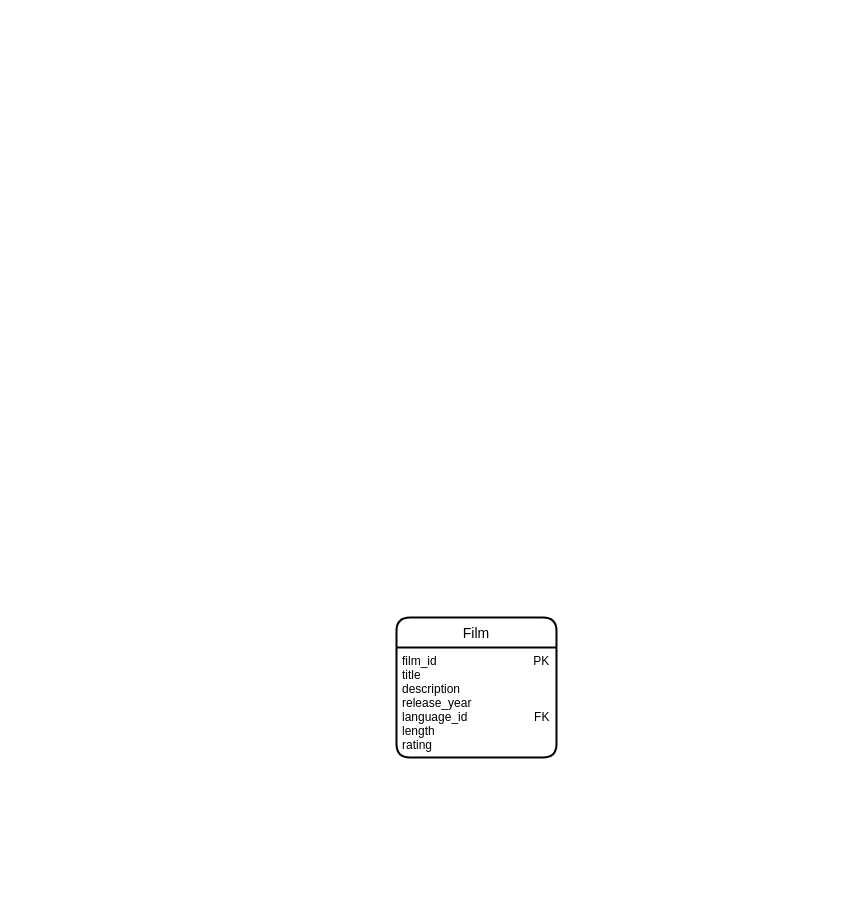
This is Untitled Diagram.drawio from adleranne/lab-intro-sql, a draw.io file, before an edit. Source tidied: cells renumbered, new cells numbered last; positions are measured from the earlier drawing's top-left corner, leaving out a move shared by most shapes. Both pictures are drawn from the tidied source at 100%, with x=0, y=0 at pixel (396, 617).
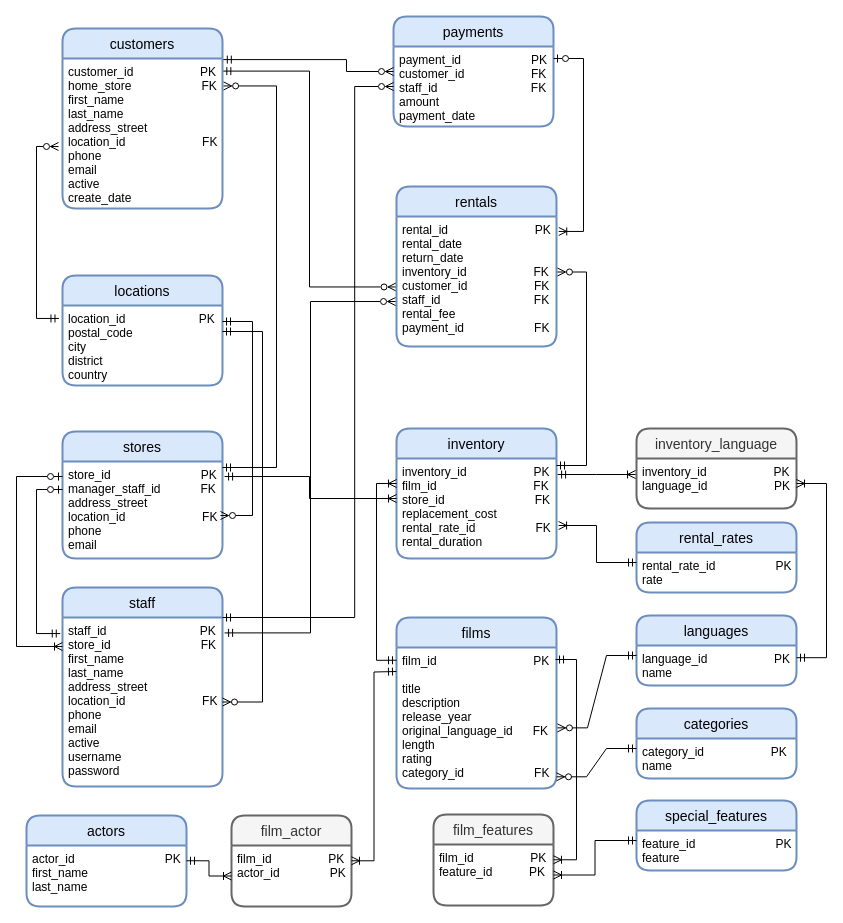
Above is the later version.

The edit, as a diff of the source:
```diff
@@
-    <mxCell id="2" value="Film" style="swimlane;horizontal=1;startSize=30;rounded=1;fontSize=14;fontStyle=0;strokeWidth=2;shadow=0;dashed=0;align=center;" parent="1" vertex="1">
-      <mxGeometry width="160" height="140" as="geometry" />
+    <mxCell id="2" value="films" style="swimlane;horizontal=1;startSize=30;rounded=1;fontSize=14;fontStyle=0;strokeWidth=2;shadow=0;dashed=0;align=center;fillColor=#dae8fc;strokeColor=#6c8ebf;" parent="1" vertex="1">
+      <mxGeometry width="160" height="171" as="geometry" />
     </mxCell>
-    <mxCell id="3" value="film_id                             PK&#10;title&#10;description&#10;release_year&#10;language_id                    FK&#10;length&#10;rating&#10;" style="align=left;strokeColor=none;fillColor=none;spacingLeft=4;fontSize=12;verticalAlign=top;" parent="2" vertex="1">
-      <mxGeometry y="30" width="160" height="110" as="geometry" />
+    <mxCell id="3" value="film_id                             PK&#10;&#10;title&#10;description&#10;release_year&#10;original_language_id      FK  &#10;length&#10;rating&#10;category_id                     FK" style="align=left;strokeColor=none;fillColor=none;spacingLeft=4;fontSize=12;verticalAlign=top;" parent="2" vertex="1">
+      <mxGeometry y="30" width="160" height="141" as="geometry" />
     </mxCell>
+    <mxCell id="4" value="languages" style="swimlane;horizontal=1;startSize=30;rounded=1;fontSize=14;fontStyle=0;strokeWidth=2;shadow=0;dashed=0;align=center;fillColor=#dae8fc;strokeColor=#6c8ebf;" parent="1" vertex="1">
+      <mxGeometry x="240" y="-2" width="160" height="70" as="geometry" />
+    </mxCell>
+    <mxCell id="5" value="language_id                    PK&#10;name&#10;" style="align=left;strokeColor=none;fillColor=none;spacingLeft=4;fontSize=12;verticalAlign=top;" parent="4" vertex="1">
+      <mxGeometry y="30" width="160" height="40" as="geometry" />
+    </mxCell>
+    <mxCell id="6" style="edgeStyle=entityRelationEdgeStyle;fontSize=12;html=1;endArrow=ERzeroToMany;startArrow=ERmandOne;rounded=0;exitX=0;exitY=0.25;exitDx=0;exitDy=0;entryX=1.006;entryY=0.57;entryDx=0;entryDy=0;entryPerimeter=0;" parent="1" edge="1" source="5" target="3">
+      <mxGeometry relative="1" as="geometry" />
+    </mxCell>
+    <mxCell id="7" value="inventory" style="swimlane;horizontal=1;startSize=30;rounded=1;fontSize=14;fontStyle=0;strokeWidth=2;shadow=0;dashed=0;align=center;fillColor=#dae8fc;strokeColor=#6c8ebf;" parent="1" vertex="1">
+      <mxGeometry y="-189" width="160" height="130" as="geometry" />
+    </mxCell>
+    <mxCell id="8" value="inventory_id                    PK&#10;film_id                             FK  &#10;store_id                           FK&#10;replacement_cost&#10;rental_rate_id                  FK &#10;rental_duration" style="align=left;strokeColor=none;fillColor=none;spacingLeft=4;fontSize=12;verticalAlign=top;" parent="7" vertex="1">
+      <mxGeometry y="30" width="160" height="100" as="geometry" />
+    </mxCell>
+    <mxCell id="9" style="edgeStyle=orthogonalEdgeStyle;fontSize=12;html=1;endArrow=ERoneToMany;startArrow=ERmandOne;rounded=0;entryX=0;entryY=0.25;entryDx=0;entryDy=0;exitX=0;exitY=0.25;exitDx=0;exitDy=0;" parent="1" edge="1" source="2" target="8">
+      <mxGeometry relative="1" as="geometry">
+        <Array as="points">
+          <mxPoint x="-20" y="43" />
+          <mxPoint x="-20" y="-134" />
+        </Array>
+      </mxGeometry>
+    </mxCell>
+    <mxCell id="10" value="inventory_language" style="swimlane;horizontal=1;startSize=30;rounded=1;fontSize=14;fontStyle=0;strokeWidth=2;shadow=0;dashed=0;align=center;fillColor=#f5f5f5;strokeColor=#666666;fontColor=#333333;" parent="1" vertex="1">
+      <mxGeometry x="240" y="-189" width="160" height="80" as="geometry" />
+    </mxCell>
+    <mxCell id="11" value="inventory_id                    PK&#10;language_id                    PK&#10;" style="align=left;strokeColor=none;fillColor=none;spacingLeft=4;fontSize=12;verticalAlign=top;" parent="10" vertex="1">
+      <mxGeometry y="30" width="160" height="50" as="geometry" />
+    </mxCell>
+    <mxCell id="12" style="edgeStyle=elbowEdgeStyle;fontSize=12;html=1;endArrow=ERoneToMany;startArrow=ERmandOne;rounded=0;exitX=1.013;exitY=0.13;exitDx=0;exitDy=0;exitPerimeter=0;elbow=vertical;" parent="1" edge="1">
+      <mxGeometry relative="1" as="geometry">
+        <mxPoint x="161.1" y="-143" as="sourcePoint" />
+        <mxPoint x="239" y="-143" as="targetPoint" />
+      </mxGeometry>
+    </mxCell>
+    <mxCell id="13" style="fontSize=12;html=1;endArrow=ERoneToMany;startArrow=ERmandOne;rounded=0;exitX=1.013;exitY=0.13;exitDx=0;exitDy=0;exitPerimeter=0;entryX=1;entryY=0.5;entryDx=0;entryDy=0;edgeStyle=orthogonalEdgeStyle;" parent="1" edge="1" target="11">
+      <mxGeometry relative="1" as="geometry">
+        <mxPoint x="400" y="40.2" as="sourcePoint" />
+        <Array as="points">
+          <mxPoint x="430" y="40" />
+          <mxPoint x="430" y="-134" />
+        </Array>
+      </mxGeometry>
+    </mxCell>
+    <mxCell id="14" value="categories" style="swimlane;horizontal=1;startSize=30;rounded=1;fontSize=14;fontStyle=0;strokeWidth=2;shadow=0;dashed=0;align=center;fillColor=#dae8fc;strokeColor=#6c8ebf;" parent="1" vertex="1">
+      <mxGeometry x="240" y="91" width="160" height="70" as="geometry" />
+    </mxCell>
+    <mxCell id="15" value="category_id                    PK&#10;name" style="align=left;strokeColor=none;fillColor=none;spacingLeft=4;fontSize=12;verticalAlign=top;" parent="14" vertex="1">
+      <mxGeometry y="30" width="160" height="40" as="geometry" />
+    </mxCell>
+    <mxCell id="16" style="edgeStyle=entityRelationEdgeStyle;fontSize=12;html=1;endArrow=ERzeroToMany;startArrow=ERmandOne;rounded=0;exitX=0;exitY=0.25;exitDx=0;exitDy=0;entryX=1;entryY=0.917;entryDx=0;entryDy=0;entryPerimeter=0;" parent="1" edge="1" source="15" target="3">
+      <mxGeometry relative="1" as="geometry" />
+    </mxCell>
+    <mxCell id="17" value="actors" style="swimlane;horizontal=1;startSize=30;rounded=1;fontSize=14;fontStyle=0;strokeWidth=2;shadow=0;dashed=0;align=center;fillColor=#dae8fc;strokeColor=#6c8ebf;" parent="1" vertex="1">
+      <mxGeometry x="-370" y="198" width="160" height="91" as="geometry" />
+    </mxCell>
+    <mxCell id="18" value="actor_id                           PK&#10;first_name&#10;last_name" style="align=left;strokeColor=none;fillColor=none;spacingLeft=4;fontSize=12;verticalAlign=top;" parent="17" vertex="1">
+      <mxGeometry y="30" width="160" height="61" as="geometry" />
+    </mxCell>
+    <mxCell id="19" value="film_actor" style="swimlane;horizontal=1;startSize=30;rounded=1;fontSize=14;fontStyle=0;strokeWidth=2;shadow=0;dashed=0;align=center;fillColor=#f5f5f5;strokeColor=#666666;fontColor=#333333;" parent="1" vertex="1">
+      <mxGeometry x="-165" y="198" width="120" height="91" as="geometry" />
+    </mxCell>
+    <mxCell id="20" value="film_id                 PK&#10;actor_id               PK" style="align=left;strokeColor=none;fillColor=none;spacingLeft=4;fontSize=12;verticalAlign=top;" parent="19" vertex="1">
+      <mxGeometry y="30" width="120" height="61" as="geometry" />
+    </mxCell>
+    <mxCell id="21" style="edgeStyle=orthogonalEdgeStyle;fontSize=12;html=1;endArrow=ERoneToMany;startArrow=ERmandOne;rounded=0;entryX=1;entryY=0.25;entryDx=0;entryDy=0;" parent="1" edge="1" target="20">
+      <mxGeometry relative="1" as="geometry">
+        <mxPoint y="54" as="sourcePoint" />
+      </mxGeometry>
+    </mxCell>
+    <mxCell id="22" style="edgeStyle=orthogonalEdgeStyle;fontSize=12;html=1;endArrow=ERoneToMany;startArrow=ERmandOne;rounded=0;entryX=0;entryY=0.5;entryDx=0;entryDy=0;exitX=1;exitY=0.25;exitDx=0;exitDy=0;" parent="1" edge="1" source="18" target="20">
+      <mxGeometry relative="1" as="geometry" />
+    </mxCell>
+    <mxCell id="23" value="special_features" style="swimlane;horizontal=1;startSize=30;rounded=1;fontSize=14;fontStyle=0;strokeWidth=2;shadow=0;dashed=0;align=center;fillColor=#dae8fc;strokeColor=#6c8ebf;" parent="1" vertex="1">
+      <mxGeometry x="240" y="183" width="160" height="70" as="geometry" />
+    </mxCell>
+    <mxCell id="24" value="feature_id                        PK&#10;feature" style="align=left;strokeColor=none;fillColor=none;spacingLeft=4;fontSize=12;verticalAlign=top;" parent="23" vertex="1">
+      <mxGeometry y="30" width="160" height="40" as="geometry" />
+    </mxCell>
+    <mxCell id="25" value="film_features" style="swimlane;horizontal=1;startSize=30;rounded=1;fontSize=14;fontStyle=0;strokeWidth=2;shadow=0;dashed=0;align=center;fillColor=#f5f5f5;strokeColor=#666666;fontColor=#333333;" parent="1" vertex="1">
+      <mxGeometry x="37" y="197" width="120" height="91" as="geometry" />
+    </mxCell>
+    <mxCell id="26" value="film_id                 PK&#10;feature_id           PK" style="align=left;strokeColor=none;fillColor=none;spacingLeft=4;fontSize=12;verticalAlign=top;" parent="25" vertex="1">
+      <mxGeometry y="30" width="120" height="61" as="geometry" />
+    </mxCell>
+    <mxCell id="27" style="edgeStyle=orthogonalEdgeStyle;fontSize=12;html=1;endArrow=ERoneToMany;startArrow=ERmandOne;rounded=0;entryX=1;entryY=0.5;entryDx=0;entryDy=0;exitX=0;exitY=0.25;exitDx=0;exitDy=0;" parent="1" edge="1" source="24" target="26">
+      <mxGeometry relative="1" as="geometry" />
+    </mxCell>
+    <mxCell id="28" style="edgeStyle=orthogonalEdgeStyle;fontSize=12;html=1;endArrow=ERoneToMany;startArrow=ERmandOne;rounded=0;entryX=1;entryY=0.25;entryDx=0;entryDy=0;exitX=0.994;exitY=0.085;exitDx=0;exitDy=0;exitPerimeter=0;" parent="1" edge="1" source="3" target="26">
+      <mxGeometry relative="1" as="geometry">
+        <Array as="points">
+          <mxPoint x="180" y="42" />
+          <mxPoint x="180" y="242" />
+        </Array>
+      </mxGeometry>
+    </mxCell>
+    <mxCell id="29" value="rental_rates" style="swimlane;horizontal=1;startSize=30;rounded=1;fontSize=14;fontStyle=0;strokeWidth=2;shadow=0;dashed=0;align=center;fillColor=#dae8fc;strokeColor=#6c8ebf;" parent="1" vertex="1">
+      <mxGeometry x="240" y="-95" width="160" height="70" as="geometry" />
+    </mxCell>
+    <mxCell id="30" value="rental_rate_id                  PK&#10;rate                    " style="align=left;strokeColor=none;fillColor=none;spacingLeft=4;fontSize=12;verticalAlign=top;" parent="29" vertex="1">
+      <mxGeometry y="30" width="160" height="40" as="geometry" />
+    </mxCell>
+    <mxCell id="31" style="edgeStyle=orthogonalEdgeStyle;fontSize=12;html=1;endArrow=ERoneToMany;startArrow=ERmandOne;rounded=0;exitX=0;exitY=0.25;exitDx=0;exitDy=0;entryX=1.013;entryY=0.67;entryDx=0;entryDy=0;entryPerimeter=0;" parent="1" edge="1" source="30" target="8">
+      <mxGeometry relative="1" as="geometry" />
+    </mxCell>
+    <mxCell id="32" value="stores" style="swimlane;horizontal=1;startSize=30;rounded=1;fontSize=14;fontStyle=0;strokeWidth=2;shadow=0;dashed=0;align=center;fillColor=#dae8fc;strokeColor=#6c8ebf;" parent="1" vertex="1">
+      <mxGeometry x="-334" y="-186" width="160" height="127" as="geometry" />
+    </mxCell>
+    <mxCell id="33" value="store_id                           PK&#10;manager_staff_id            FK&#10;address_street&#10;location_id                       FK&#10;phone&#10;email&#10;" style="align=left;strokeColor=none;fillColor=none;spacingLeft=4;fontSize=12;verticalAlign=top;" parent="32" vertex="1">
+      <mxGeometry y="30" width="160" height="97" as="geometry" />
+    </mxCell>
+    <mxCell id="34" style="edgeStyle=orthogonalEdgeStyle;fontSize=12;html=1;endArrow=ERoneToMany;startArrow=ERmandOne;rounded=0;entryX=0;entryY=0.4;entryDx=0;entryDy=0;entryPerimeter=0;exitX=1.013;exitY=0.155;exitDx=0;exitDy=0;exitPerimeter=0;" parent="1" edge="1" source="33" target="8">
+      <mxGeometry relative="1" as="geometry" />
+    </mxCell>
+    <mxCell id="35" value="locations" style="swimlane;horizontal=1;startSize=30;rounded=1;fontSize=14;fontStyle=0;strokeWidth=2;shadow=0;dashed=0;align=center;fillColor=#dae8fc;strokeColor=#6c8ebf;" parent="1" vertex="1">
+      <mxGeometry x="-334" y="-342" width="160" height="110" as="geometry" />
+    </mxCell>
+    <mxCell id="36" value="location_id                      PK&#10;postal_code&#10;city&#10;district&#10;country" style="align=left;strokeColor=none;fillColor=none;spacingLeft=4;fontSize=12;verticalAlign=top;" parent="35" vertex="1">
+      <mxGeometry y="30" width="160" height="80" as="geometry" />
+    </mxCell>
+    <mxCell id="37" style="edgeStyle=orthogonalEdgeStyle;fontSize=12;html=1;endArrow=ERzeroToMany;startArrow=ERmandOne;rounded=0;entryX=1.006;entryY=0.598;entryDx=0;entryDy=0;entryPerimeter=0;endFill=0;exitX=1;exitY=0.25;exitDx=0;exitDy=0;" parent="1" edge="1">
+      <mxGeometry relative="1" as="geometry">
+        <mxPoint x="-174" y="-296" as="sourcePoint" />
+        <mxPoint x="-176" y="-102" as="targetPoint" />
+        <Array as="points">
+          <mxPoint x="-144" y="-296" />
+          <mxPoint x="-144" y="-102" />
+        </Array>
+      </mxGeometry>
+    </mxCell>
+    <mxCell id="38" value="staff" style="swimlane;horizontal=1;startSize=30;rounded=1;fontSize=14;fontStyle=0;strokeWidth=2;shadow=0;dashed=0;align=center;fillColor=#dae8fc;strokeColor=#6c8ebf;" parent="1" vertex="1">
+      <mxGeometry x="-334" y="-30" width="160" height="199" as="geometry" />
+    </mxCell>
+    <mxCell id="39" value="staff_id                            PK&#10;store_id                           FK&#10;first_name&#10;last_name&#10;address_street&#10;location_id                       FK&#10;phone&#10;email&#10;active&#10;username&#10;password&#10;" style="align=left;strokeColor=none;fillColor=none;spacingLeft=4;fontSize=12;verticalAlign=top;" parent="38" vertex="1">
+      <mxGeometry y="30" width="160" height="169" as="geometry" />
+    </mxCell>
+    <mxCell id="40" style="edgeStyle=orthogonalEdgeStyle;fontSize=12;html=1;endArrow=ERzeroToMany;startArrow=ERmandOne;rounded=0;entryX=1;entryY=0.5;entryDx=0;entryDy=0;endFill=0;exitX=1;exitY=0.25;exitDx=0;exitDy=0;" parent="1" edge="1" target="39">
+      <mxGeometry relative="1" as="geometry">
+        <mxPoint x="-174" y="-286" as="sourcePoint" />
+        <Array as="points">
+          <mxPoint x="-134" y="-286" />
+          <mxPoint x="-134" y="84" />
+        </Array>
+      </mxGeometry>
+    </mxCell>
+    <mxCell id="41" style="edgeStyle=elbowEdgeStyle;fontSize=12;html=1;endArrow=ERzeroToOne;startArrow=ERoneToMany;rounded=0;entryX=0;entryY=0.25;entryDx=0;entryDy=0;startFill=0;endFill=0;" parent="1" edge="1">
+      <mxGeometry relative="1" as="geometry">
+        <mxPoint x="-334" y="29" as="sourcePoint" />
+        <mxPoint x="-334" y="-141" as="targetPoint" />
+        <Array as="points">
+          <mxPoint x="-380" y="-61" />
+        </Array>
+      </mxGeometry>
+    </mxCell>
+    <mxCell id="42" style="edgeStyle=elbowEdgeStyle;fontSize=12;html=1;endArrow=ERzeroToOne;startArrow=ERmandOne;rounded=0;entryX=0;entryY=0.25;entryDx=0;entryDy=0;startFill=0;endFill=0;exitX=-0.014;exitY=0.095;exitDx=0;exitDy=0;exitPerimeter=0;" parent="1" edge="1" source="39">
+      <mxGeometry relative="1" as="geometry">
+        <mxPoint x="-334" y="-128" as="targetPoint" />
+        <Array as="points">
+          <mxPoint x="-360" y="-51" />
+        </Array>
+      </mxGeometry>
+    </mxCell>
+    <mxCell id="43" style="edgeStyle=elbowEdgeStyle;rounded=0;jettySize=auto;html=1;startArrow=ERmandOne;startFill=0;endArrow=ERzeroToMany;endFill=0;entryX=-0.003;entryY=0.542;entryDx=0;entryDy=0;exitX=1.002;exitY=0.084;exitDx=0;exitDy=0;exitPerimeter=0;entryPerimeter=0;" parent="1" edge="1" source="45" target="49">
+      <mxGeometry relative="1" as="geometry" />
+    </mxCell>
+    <mxCell id="44" value="customers" style="swimlane;horizontal=1;startSize=30;rounded=1;fontSize=14;fontStyle=0;strokeWidth=2;shadow=0;dashed=0;align=center;fillColor=#dae8fc;strokeColor=#6c8ebf;" parent="1" vertex="1">
+      <mxGeometry x="-334" y="-589" width="160" height="180" as="geometry" />
+    </mxCell>
+    <mxCell id="45" value="customer_id                    PK&#10;home_store                     FK&#10;first_name&#10;last_name&#10;address_street&#10;location_id                       FK&#10;phone&#10;email&#10;active&#10;create_date" style="align=left;strokeColor=none;fillColor=none;spacingLeft=4;fontSize=12;verticalAlign=top;" parent="44" vertex="1">
+      <mxGeometry y="30" width="160" height="150" as="geometry" />
+    </mxCell>
+    <mxCell id="46" style="fontSize=12;html=1;endArrow=ERzeroToMany;startArrow=ERmandOne;rounded=0;endFill=0;exitX=-0.022;exitY=0.162;exitDx=0;exitDy=0;exitPerimeter=0;edgeStyle=elbowEdgeStyle;" parent="1" edge="1" source="36">
+      <mxGeometry relative="1" as="geometry">
+        <mxPoint x="-338" y="-471" as="targetPoint" />
+        <Array as="points">
+          <mxPoint x="-360" y="-391" />
+        </Array>
+      </mxGeometry>
+    </mxCell>
+    <mxCell id="47" style="edgeStyle=elbowEdgeStyle;fontSize=12;html=1;endArrow=ERmandOne;startArrow=ERzeroToMany;rounded=0;entryX=1;entryY=0;entryDx=0;entryDy=0;endFill=0;exitX=1.007;exitY=0.183;exitDx=0;exitDy=0;exitPerimeter=0;startFill=0;" parent="1" edge="1" source="45">
+      <mxGeometry relative="1" as="geometry">
+        <mxPoint x="-174" y="-150" as="targetPoint" />
+        <Array as="points">
+          <mxPoint x="-120" y="-335" />
+        </Array>
+      </mxGeometry>
+    </mxCell>
+    <mxCell id="48" value="rentals" style="swimlane;horizontal=1;startSize=30;rounded=1;fontSize=14;fontStyle=0;strokeWidth=2;shadow=0;dashed=0;align=center;fillColor=#dae8fc;strokeColor=#6c8ebf;" parent="1" vertex="1">
+      <mxGeometry y="-431" width="160" height="160" as="geometry" />
+    </mxCell>
+    <mxCell id="49" value="rental_id                          PK&#10;rental_date&#10;return_date&#10;inventory_id                    FK&#10;customer_id                    FK&#10;staff_id                            FK&#10;rental_fee&#10;payment_id                     FK   " style="align=left;strokeColor=none;fillColor=none;spacingLeft=4;fontSize=12;verticalAlign=top;" parent="48" vertex="1">
+      <mxGeometry y="30" width="160" height="130" as="geometry" />
+    </mxCell>
+    <mxCell id="50" style="edgeStyle=elbowEdgeStyle;rounded=0;jettySize=auto;html=1;startArrow=ERmandOne;startFill=0;endArrow=ERzeroToMany;endFill=0;exitX=1.007;exitY=0.091;exitDx=0;exitDy=0;exitPerimeter=0;entryX=-0.006;entryY=0.654;entryDx=0;entryDy=0;entryPerimeter=0;" parent="1" edge="1" target="49">
+      <mxGeometry relative="1" as="geometry">
+        <mxPoint x="-171.9" y="15.4" as="sourcePoint" />
+      </mxGeometry>
+    </mxCell>
+    <mxCell id="51" style="edgeStyle=elbowEdgeStyle;rounded=0;jettySize=auto;html=1;startArrow=ERzeroToMany;startFill=0;endArrow=ERmandOne;endFill=0;exitX=1.006;exitY=0.427;exitDx=0;exitDy=0;exitPerimeter=0;" parent="1" edge="1" source="49">
+      <mxGeometry relative="1" as="geometry">
+        <mxPoint x="160" y="-152" as="targetPoint" />
+        <Array as="points">
+          <mxPoint x="190" y="-251" />
+        </Array>
+      </mxGeometry>
+    </mxCell>
+    <mxCell id="52" value="payments" style="swimlane;horizontal=1;startSize=30;rounded=1;fontSize=14;fontStyle=0;strokeWidth=2;shadow=0;dashed=0;align=center;fillColor=#dae8fc;strokeColor=#6c8ebf;" parent="1" vertex="1">
+      <mxGeometry x="-3" y="-601" width="160" height="110" as="geometry" />
+    </mxCell>
+    <mxCell id="53" value="payment_id                     PK&#10;customer_id                    FK&#10;staff_id                            FK&#10;amount&#10;payment_date" style="align=left;strokeColor=none;fillColor=none;spacingLeft=4;fontSize=12;verticalAlign=top;" parent="52" vertex="1">
+      <mxGeometry y="30" width="160" height="80" as="geometry" />
+    </mxCell>
+    <mxCell id="54" style="edgeStyle=elbowEdgeStyle;rounded=0;jettySize=auto;html=1;startArrow=ERmandOne;startFill=0;endArrow=ERzeroToMany;endFill=0;entryX=0;entryY=0.5;entryDx=0;entryDy=0;exitX=1.002;exitY=0.084;exitDx=0;exitDy=0;exitPerimeter=0;fontStyle=1;" parent="1" edge="1" target="52">
+      <mxGeometry relative="1" as="geometry">
+        <mxPoint x="-173.2" y="-557.9" as="sourcePoint" />
+        <Array as="points">
+          <mxPoint x="-50" y="-546" />
+        </Array>
+      </mxGeometry>
+    </mxCell>
+    <mxCell id="55" style="edgeStyle=elbowEdgeStyle;rounded=0;jettySize=auto;html=1;startArrow=ERmandOne;startFill=0;endArrow=ERzeroToMany;endFill=0;entryX=0;entryY=0.5;entryDx=0;entryDy=0;fontStyle=1;exitX=1;exitY=0;exitDx=0;exitDy=0;" parent="1" edge="1" source="39" target="53">
+      <mxGeometry relative="1" as="geometry">
+        <Array as="points">
+          <mxPoint x="-41.8" y="-479.1" />
+        </Array>
+      </mxGeometry>
+    </mxCell>
+    <mxCell id="56" style="edgeStyle=elbowEdgeStyle;rounded=0;jettySize=auto;html=1;startArrow=ERzeroToOne;startFill=0;endArrow=ERoneToMany;endFill=0;entryX=1.014;entryY=0.115;entryDx=0;entryDy=0;entryPerimeter=0;" parent="1" edge="1" target="49">
+      <mxGeometry relative="1" as="geometry">
+        <mxPoint x="157" y="-559" as="sourcePoint" />
+        <Array as="points">
+          <mxPoint x="187" y="-464.5" />
+        </Array>
+      </mxGeometry>
+    </mxCell>
```
